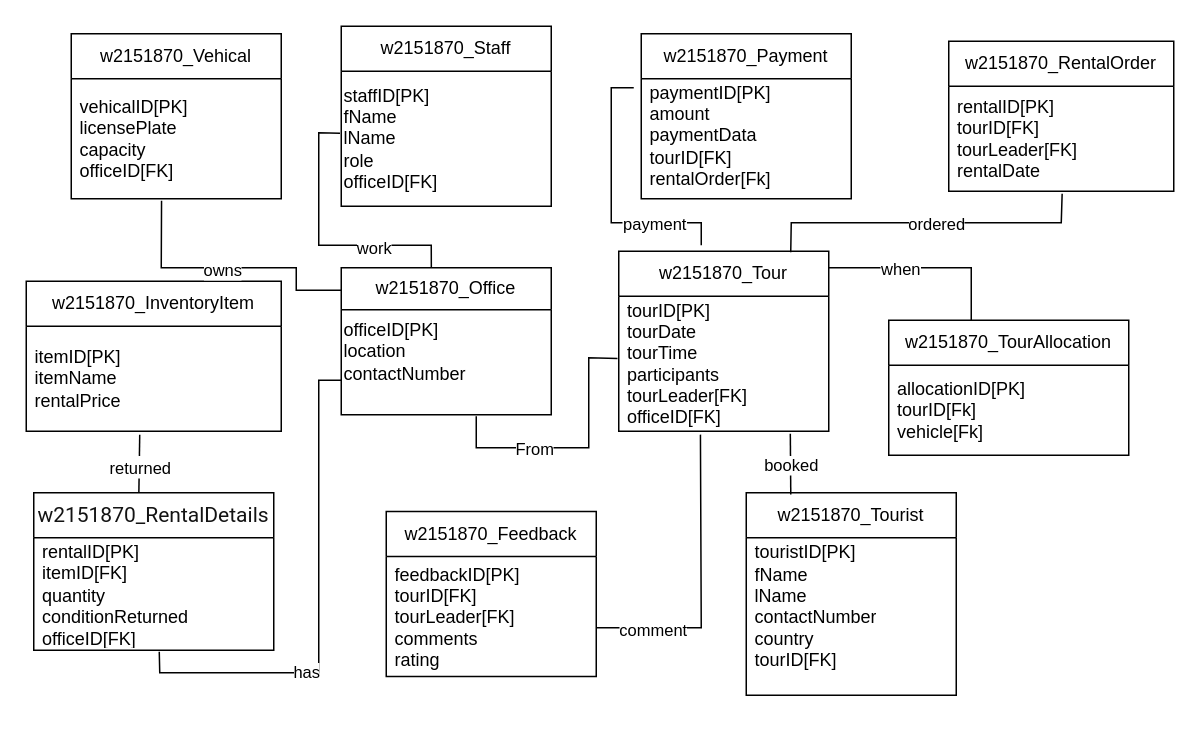
Before: Untitled Diagram.drawio in Yoda200512/codes, a draw.io diagram. Source tidied: cells renumbered, new cells numbered last; positions are measured from the earlier drawing's top-left corner, leaving out a move shared by most shapes. Both pictures are drawn from the tidied source at 150%, with x=0, y=0 at pixel (26, 26).
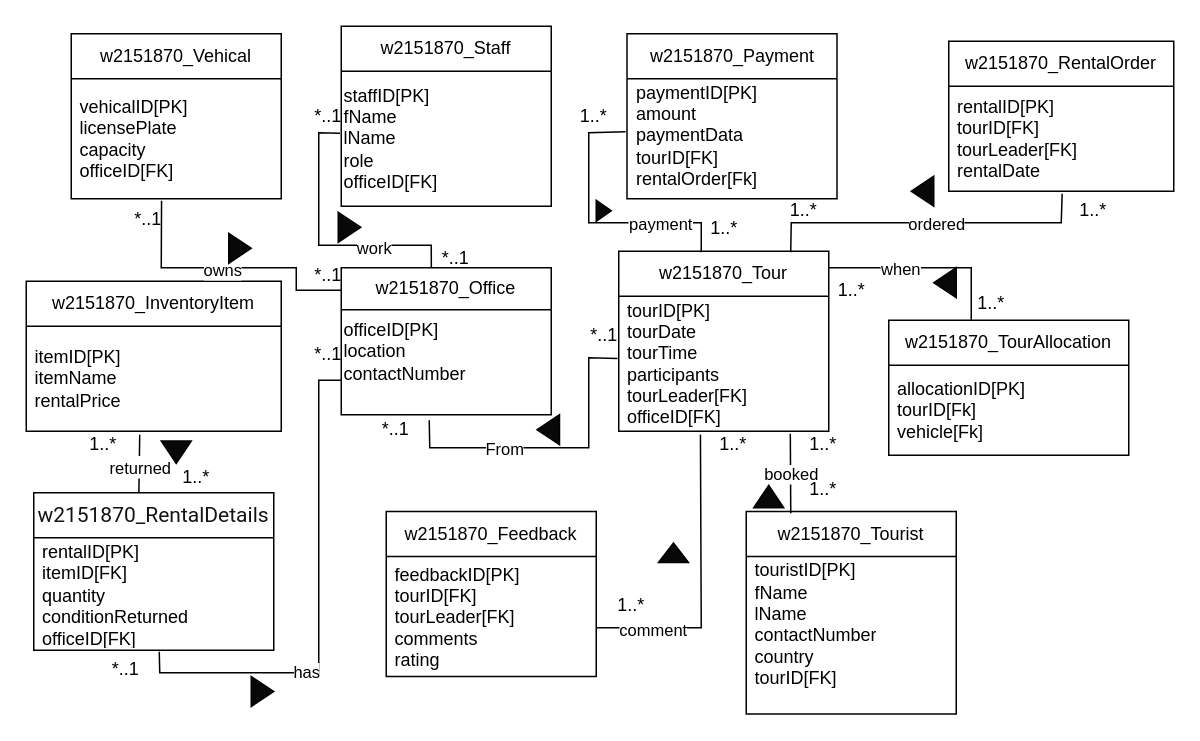
The same diagram, later.

Unchanged cells that the change refers to:
```xml
<mxCell id="3" value="officeID[PK]&lt;div&gt;location&lt;/div&gt;&lt;div&gt;contactNumber&lt;/div&gt;&lt;div&gt;&lt;br&gt;&lt;/div&gt;" style="text;html=1;align=left;verticalAlign=middle;points=[];strokeColor=none;fillColor=none;" parent="2" vertex="1">
  <mxGeometry y="28" width="140" height="70" as="geometry" />
</mxCell>
<mxCell id="11" value="tourID[PK]&lt;div&gt;tourDate&lt;/div&gt;&lt;div&gt;tourTime&lt;/div&gt;&lt;div&gt;participants&lt;/div&gt;&lt;div&gt;tourLeader[FK]&lt;/div&gt;&lt;div&gt;officeID[FK]&lt;/div&gt;" style="text;strokeColor=none;fillColor=none;align=left;verticalAlign=middle;spacingLeft=4;spacingRight=4;overflow=hidden;points=[[0,0.5],[1,0.5]];portConstraint=eastwest;whiteSpace=wrap;html=1;" parent="10" vertex="1">
  <mxGeometry y="30" width="140" height="90" as="geometry" />
</mxCell>
<mxCell id="13" value="paymentID[PK]&lt;div&gt;amount&lt;/div&gt;&lt;div&gt;paymentData&lt;/div&gt;&lt;div&gt;tourID[FK]&lt;/div&gt;&lt;div&gt;rentalOrder[Fk]&lt;/div&gt;&lt;div&gt;&lt;br&gt;&lt;/div&gt;" style="text;strokeColor=none;fillColor=none;align=left;verticalAlign=middle;spacingLeft=4;spacingRight=4;overflow=hidden;points=[[0,0.5],[1,0.5]];portConstraint=eastwest;whiteSpace=wrap;html=1;" parent="12" vertex="1">
  <mxGeometry y="30" width="140" height="80" as="geometry" />
</mxCell>
```

The edit, as a diff of the source:
```diff
@@
     <mxCell id="8" value="w2151870_Tourist" style="swimlane;fontStyle=0;horizontal=1;startSize=30;whiteSpace=wrap;html=1;" parent="1" vertex="1">
-      <mxGeometry x="480" y="311" width="140" height="135" as="geometry" />
+      <mxGeometry x="480" y="323.5" width="140" height="135" as="geometry" />
     </mxCell>
@@
     <mxCell id="12" value="w2151870_Payment" style="swimlane;fontStyle=0;horizontal=1;startSize=30;whiteSpace=wrap;html=1;" parent="1" vertex="1">
-      <mxGeometry x="410" y="5" width="140" height="110" as="geometry" />
+      <mxGeometry x="400.5" y="5" width="140" height="110" as="geometry" />
     </mxCell>
@@
-    <mxCell id="37" style="endArrow=none;html=1;rounded=0;" parent="1" edge="1">
+    <mxCell id="37" style="endArrow=none;html=1;rounded=0;exitX=0.167;exitY=1.024;exitDx=0;exitDy=0;exitPerimeter=0;entryX=-0.007;entryY=0.442;entryDx=0;entryDy=0;entryPerimeter=0;" parent="1" edge="1" source="54" target="13">
       <mxGeometry relative="1" as="geometry">
-        <mxPoint x="450" y="146" as="sourcePoint" />
-        <mxPoint x="405" y="41" as="targetPoint" />
         <Array as="points">
           <mxPoint x="450" y="131" />
-          <mxPoint x="390" y="131" />
-          <mxPoint x="390" y="71" />
-          <mxPoint x="390" y="41" />
+          <mxPoint x="375" y="131" />
+          <mxPoint x="375" y="71" />
         </Array>
       </mxGeometry>
     </mxCell>
@@
-    <mxCell id="39" style="endArrow=none;html=1;rounded=0;entryX=-0.006;entryY=0.461;entryDx=0;entryDy=0;entryPerimeter=0;" parent="1" edge="1" target="11">
+    <mxCell id="39" style="endArrow=none;html=1;rounded=0;entryX=-0.006;entryY=0.461;entryDx=0;entryDy=0;entryPerimeter=0;exitX=0.419;exitY=1.053;exitDx=0;exitDy=0;exitPerimeter=0;" parent="1" edge="1" source="3" target="11">
       <mxGeometry relative="1" as="geometry">
-        <mxPoint x="300" y="260" as="sourcePoint" />
         <Array as="points">
-          <mxPoint x="300" y="281" />
+          <mxPoint x="269" y="281" />
           <mxPoint x="375" y="281" />
           <mxPoint x="375" y="221" />
         </Array>
       </mxGeometry>
     </mxCell>
@@
+    <mxCell id="45" value="1..*" style="text;html=1;align=center;verticalAlign=middle;strokeColor=none;fillColor=none;" parent="1" vertex="1">
+      <mxGeometry x="90" y="286" width="45" height="30" as="geometry" />
+    </mxCell>
+    <mxCell id="46" value="1..*" style="text;html=1;align=center;verticalAlign=middle;strokeColor=none;fillColor=none;" parent="1" vertex="1">
+      <mxGeometry x="28" y="264" width="45" height="30" as="geometry" />
+    </mxCell>
+    <mxCell id="47" style="triangle;whiteSpace=wrap;html=1;rotation=90;fillColor=#080808;" parent="1" vertex="1">
+      <mxGeometry x="92.5" y="274" width="15" height="20" as="geometry" />
+    </mxCell>
+    <mxCell id="48" value="*..1" style="text;html=1;align=center;verticalAlign=middle;strokeColor=none;fillColor=none;" parent="1" vertex="1">
+      <mxGeometry x="178" y="45" width="45" height="30" as="geometry" />
+    </mxCell>
+    <mxCell id="49" value="*..1" style="text;html=1;align=center;verticalAlign=middle;strokeColor=none;fillColor=none;" parent="1" vertex="1">
+      <mxGeometry x="263" y="140" width="45" height="30" as="geometry" />
+    </mxCell>
+    <mxCell id="50" value="1..*" style="text;html=1;align=center;verticalAlign=middle;strokeColor=none;fillColor=none;" parent="1" vertex="1">
+      <mxGeometry x="380" y="371" width="45" height="30" as="geometry" />
+    </mxCell>
+    <mxCell id="51" value="1..*" style="text;html=1;align=center;verticalAlign=middle;strokeColor=none;fillColor=none;" parent="1" vertex="1">
+      <mxGeometry x="448" y="264" width="45" height="30" as="geometry" />
+    </mxCell>
+    <mxCell id="52" style="triangle;whiteSpace=wrap;html=1;rotation=-90;fillColor=#080808;" parent="1" vertex="1">
+      <mxGeometry x="425" y="341" width="13" height="20" as="geometry" />
+    </mxCell>
+    <mxCell id="53" value="1..*" style="text;html=1;align=center;verticalAlign=middle;strokeColor=none;fillColor=none;" parent="1" vertex="1">
+      <mxGeometry x="355.5" y="45" width="45" height="30" as="geometry" />
+    </mxCell>
+    <mxCell id="54" value="1..*" style="text;html=1;align=center;verticalAlign=middle;points=[];strokeColor=none;fillColor=none;" parent="1" vertex="1">
+      <mxGeometry x="442.5" y="120" width="45" height="30" as="geometry" />
+    </mxCell>
+    <mxCell id="55" style="triangle;whiteSpace=wrap;html=1;rotation=0;fillColor=#080808;" parent="1" vertex="1">
+      <mxGeometry x="380" y="116" width="10" height="14" as="geometry" />
+    </mxCell>
+    <mxCell id="56" value="1..*" style="text;html=1;align=center;verticalAlign=middle;strokeColor=none;fillColor=none;" parent="1" vertex="1">
+      <mxGeometry x="620" y="170" width="45" height="30" as="geometry" />
+    </mxCell>
+    <mxCell id="57" value="1..*" style="text;html=1;align=center;verticalAlign=middle;strokeColor=none;fillColor=none;" parent="1" vertex="1">
+      <mxGeometry x="527.5" y="161" width="45" height="30" as="geometry" />
+    </mxCell>
+    <mxCell id="58" style="triangle;whiteSpace=wrap;html=1;rotation=-180;fillColor=#080808;" parent="1" vertex="1">
+      <mxGeometry x="605" y="161" width="15" height="20" as="geometry" />
+    </mxCell>
+    <mxCell id="59" value="1..*" style="text;html=1;align=center;verticalAlign=middle;strokeColor=none;fillColor=none;" parent="1" vertex="1">
+      <mxGeometry x="495.5" y="108" width="45" height="30" as="geometry" />
+    </mxCell>
+    <mxCell id="60" value="1..*" style="text;html=1;align=center;verticalAlign=middle;strokeColor=none;fillColor=none;" parent="1" vertex="1">
+      <mxGeometry x="688" y="108" width="45" height="30" as="geometry" />
+    </mxCell>
+    <mxCell id="61" value="*..1" style="text;html=1;align=center;verticalAlign=middle;strokeColor=none;fillColor=none;" parent="1" vertex="1">
+      <mxGeometry x="58" y="114" width="45" height="30" as="geometry" />
+    </mxCell>
+    <mxCell id="62" value="*..1" style="text;html=1;align=center;verticalAlign=middle;strokeColor=none;fillColor=none;" parent="1" vertex="1">
+      <mxGeometry x="178" y="151" width="45" height="30" as="geometry" />
+    </mxCell>
+    <mxCell id="63" style="triangle;whiteSpace=wrap;html=1;rotation=0;fillColor=#080808;" parent="1" vertex="1">
+      <mxGeometry x="135" y="138" width="15" height="20" as="geometry" />
+    </mxCell>
+    <mxCell id="64" style="triangle;whiteSpace=wrap;html=1;rotation=0;fillColor=#080808;" parent="1" vertex="1">
+      <mxGeometry x="208" y="124" width="15" height="20" as="geometry" />
+    </mxCell>
+    <mxCell id="65" style="triangle;whiteSpace=wrap;html=1;rotation=-180;fillColor=#080808;" parent="1" vertex="1">
+      <mxGeometry x="340.5" y="259" width="15" height="20" as="geometry" />
+    </mxCell>
+    <mxCell id="66" value="*..1" style="text;html=1;align=center;verticalAlign=middle;strokeColor=none;fillColor=none;" parent="1" vertex="1">
+      <mxGeometry x="223" y="254" width="45" height="30" as="geometry" />
+    </mxCell>
+    <mxCell id="67" value="*..1" style="text;html=1;align=center;verticalAlign=middle;strokeColor=none;fillColor=none;" parent="1" vertex="1">
+      <mxGeometry x="362.5" y="191" width="45" height="30" as="geometry" />
+    </mxCell>
+    <mxCell id="68" value="1..*" style="text;html=1;align=center;verticalAlign=middle;strokeColor=none;fillColor=none;" parent="1" vertex="1">
+      <mxGeometry x="508" y="264" width="45" height="30" as="geometry" />
+    </mxCell>
+    <mxCell id="69" value="1..*" style="text;html=1;align=center;verticalAlign=middle;strokeColor=none;fillColor=none;" parent="1" vertex="1">
+      <mxGeometry x="508" y="294" width="45" height="30" as="geometry" />
+    </mxCell>
+    <mxCell id="70" style="triangle;whiteSpace=wrap;html=1;rotation=-90;fillColor=#080808;" parent="1" vertex="1">
+      <mxGeometry x="487.5" y="303.5" width="15" height="20" as="geometry" />
+    </mxCell>
+    <mxCell id="71" style="triangle;whiteSpace=wrap;html=1;rotation=-180;fillColor=#080808;" parent="1" vertex="1">
+      <mxGeometry x="590" y="100" width="15" height="20" as="geometry" />
+    </mxCell>
+    <mxCell id="72" style="triangle;whiteSpace=wrap;html=1;rotation=0;fillColor=#080808;" parent="1" vertex="1">
+      <mxGeometry x="150" y="433.5" width="15" height="20" as="geometry" />
+    </mxCell>
+    <mxCell id="73" value="*..1" style="text;html=1;align=center;verticalAlign=middle;strokeColor=none;fillColor=none;" parent="1" vertex="1">
+      <mxGeometry x="43" y="414" width="45" height="30" as="geometry" />
+    </mxCell>
+    <mxCell id="74" value="*..1" style="text;html=1;align=center;verticalAlign=middle;strokeColor=none;fillColor=none;" parent="1" vertex="1">
+      <mxGeometry x="178" y="204" width="45" height="30" as="geometry" />
+    </mxCell>
```
